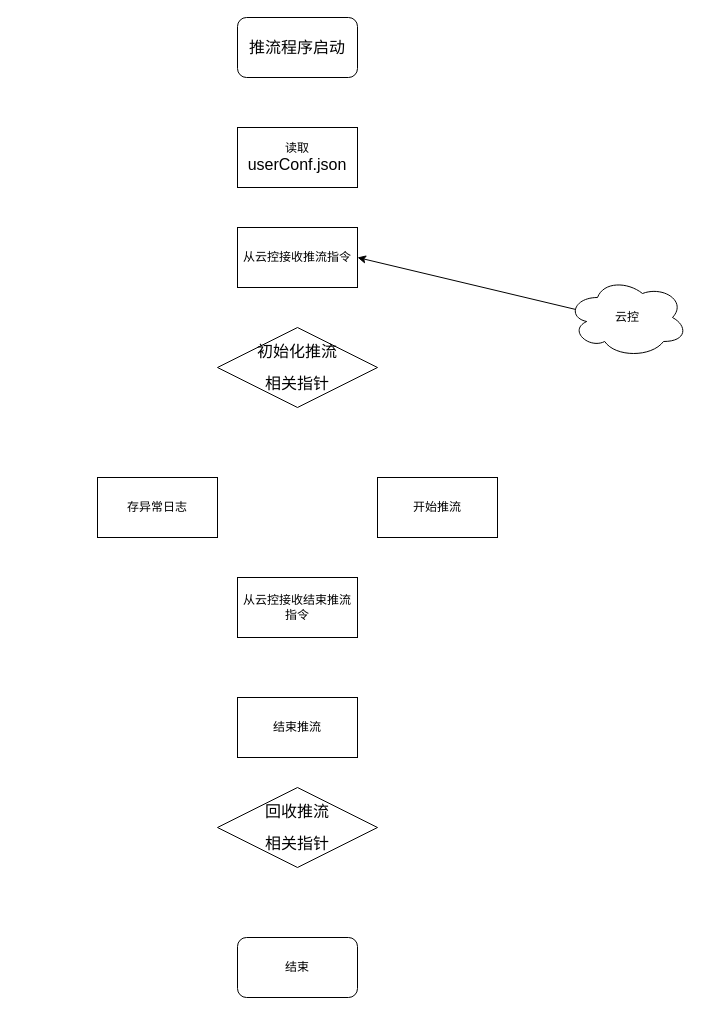
Earlier version of the draw.io diagram 推流系统框图与信号流图.drawio (xiaoleli/diagrams). Source tidied: cells renumbered, new cells numbered last; positions are measured from the earlier drawing's top-left corner, leaving out a move shared by most shapes. Both pictures are drawn from the tidied source at 100%, with x=0, y=0 at pixel (97, 17).
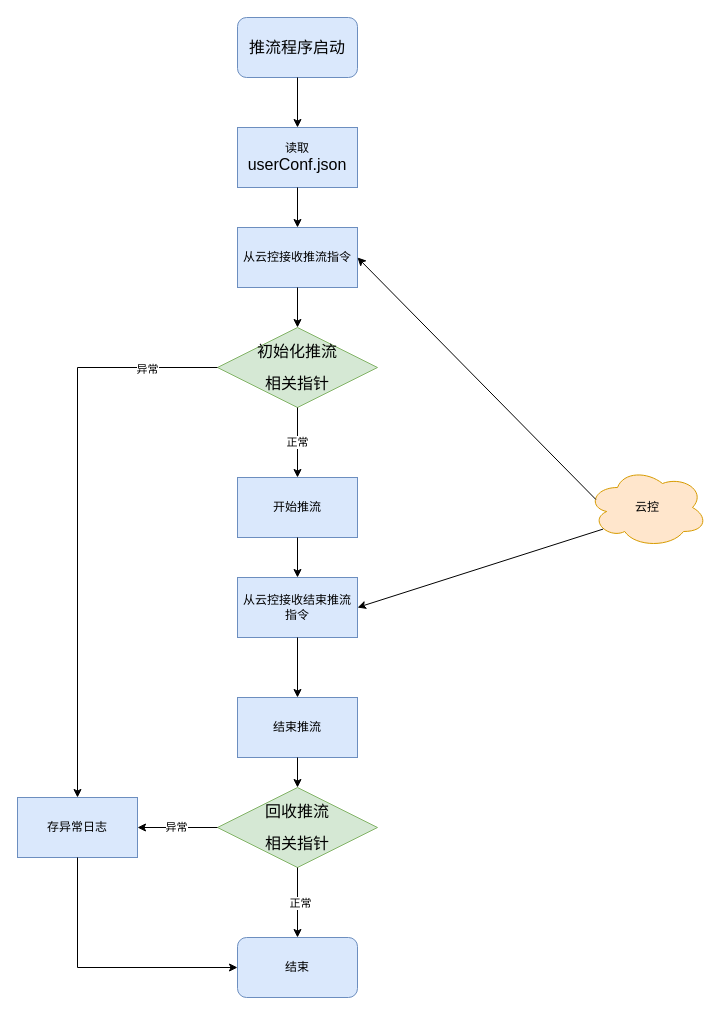
The same page after the edit.

Commit message (it also covers changes not shown here):
更新推流系统框图与信号流图.drawio

The edit, as a diff of the source:
```diff
@@
-    <mxCell id="2" value="&lt;p class=&quot;MsoNormal&quot;&gt;&lt;span style=&quot;mso-spacerun:'yes';font-family:仿宋;mso-ascii-font-family:等线;&lt;br/&gt;mso-hansi-font-family:等线;mso-bidi-font-family:'Times New Roman';font-size:12.0000pt;&lt;br/&gt;mso-font-kerning:1.0000pt;&quot;&gt;推流程序启动&lt;/span&gt;&lt;/p&gt;" style="rounded=1;whiteSpace=wrap;html=1;" parent="1" vertex="1">
+    <mxCell id="2" value="&lt;p class=&quot;MsoNormal&quot;&gt;&lt;span style=&quot;mso-spacerun:'yes';font-family:仿宋;mso-ascii-font-family:等线;&lt;br/&gt;mso-hansi-font-family:等线;mso-bidi-font-family:'Times New Roman';font-size:12.0000pt;&lt;br/&gt;mso-font-kerning:1.0000pt;&quot;&gt;推流程序启动&lt;/span&gt;&lt;/p&gt;" style="rounded=1;whiteSpace=wrap;html=1;fillColor=#dae8fc;strokeColor=#6c8ebf;" parent="1" vertex="1">
       <mxGeometry x="140" width="120" height="60" as="geometry" />
     </mxCell>
-    <mxCell id="3" value="读取&lt;span style=&quot;font-family: 等线; font-size: 12pt; background-color: initial;&quot;&gt;userConf.json&lt;/span&gt;" style="rounded=0;whiteSpace=wrap;html=1;" parent="1" vertex="1">
+    <mxCell id="3" value="读取&lt;span style=&quot;font-family: 等线; font-size: 12pt; background-color: initial;&quot;&gt;userConf.json&lt;/span&gt;" style="rounded=0;whiteSpace=wrap;html=1;fillColor=#dae8fc;strokeColor=#6c8ebf;" parent="1" vertex="1">
       <mxGeometry x="140" y="110" width="120" height="60" as="geometry" />
     </mxCell>
-    <mxCell id="4" value="从云控接收推流指令" style="rounded=0;whiteSpace=wrap;html=1;" parent="1" vertex="1">
+    <mxCell id="4" value="从云控接收推流指令" style="rounded=0;whiteSpace=wrap;html=1;fillColor=#dae8fc;strokeColor=#6c8ebf;" parent="1" vertex="1">
       <mxGeometry x="140" y="210" width="120" height="60" as="geometry" />
     </mxCell>
-    <mxCell id="5" value="云控" style="ellipse;shape=cloud;whiteSpace=wrap;html=1;" parent="1" vertex="1">
-      <mxGeometry x="470" y="260" width="120" height="80" as="geometry" />
+    <mxCell id="5" value="云控" style="ellipse;shape=cloud;whiteSpace=wrap;html=1;fillColor=#ffe6cc;strokeColor=#d79b00;" parent="1" vertex="1">
+      <mxGeometry x="490" y="450" width="120" height="80" as="geometry" />
     </mxCell>
@@
-    <mxCell id="7" value="&lt;p class=&quot;MsoNormal&quot;&gt;&lt;span style=&quot;mso-spacerun:'yes';font-family:仿宋;mso-ascii-font-family:等线;&lt;br/&gt;mso-hansi-font-family:等线;mso-bidi-font-family:'Times New Roman';font-size:12.0000pt;&lt;br/&gt;mso-font-kerning:1.0000pt;&quot;&gt;初始化推流&lt;/span&gt;&lt;/p&gt;&lt;p class=&quot;MsoNormal&quot;&gt;&lt;span style=&quot;mso-spacerun:'yes';font-family:仿宋;mso-ascii-font-family:等线;&lt;br/&gt;mso-hansi-font-family:等线;mso-bidi-font-family:'Times New Roman';font-size:12.0000pt;&lt;br/&gt;mso-font-kerning:1.0000pt;&quot;&gt;相&lt;/span&gt;&lt;span style=&quot;background-color: initial; font-family: 仿宋; font-size: 12pt;&quot;&gt;关&lt;/span&gt;&lt;span style=&quot;background-color: initial; font-family: 仿宋; font-size: 12pt;&quot;&gt;指针&lt;/span&gt;&lt;/p&gt;" style="rhombus;whiteSpace=wrap;html=1;" parent="1" vertex="1">
+    <mxCell id="7" value="&lt;p class=&quot;MsoNormal&quot;&gt;&lt;span style=&quot;mso-spacerun:'yes';font-family:仿宋;mso-ascii-font-family:等线;&lt;br/&gt;mso-hansi-font-family:等线;mso-bidi-font-family:'Times New Roman';font-size:12.0000pt;&lt;br/&gt;mso-font-kerning:1.0000pt;&quot;&gt;初始化推流&lt;/span&gt;&lt;/p&gt;&lt;p class=&quot;MsoNormal&quot;&gt;&lt;span style=&quot;mso-spacerun:'yes';font-family:仿宋;mso-ascii-font-family:等线;&lt;br/&gt;mso-hansi-font-family:等线;mso-bidi-font-family:'Times New Roman';font-size:12.0000pt;&lt;br/&gt;mso-font-kerning:1.0000pt;&quot;&gt;相&lt;/span&gt;&lt;span style=&quot;background-color: initial; font-family: 仿宋; font-size: 12pt;&quot;&gt;关&lt;/span&gt;&lt;span style=&quot;background-color: initial; font-family: 仿宋; font-size: 12pt;&quot;&gt;指针&lt;/span&gt;&lt;/p&gt;" style="rhombus;whiteSpace=wrap;html=1;fillColor=#d5e8d4;strokeColor=#82b366;" parent="1" vertex="1">
       <mxGeometry x="120" y="310" width="160" height="80" as="geometry" />
     </mxCell>
-    <mxCell id="8" value="开始推流" style="rounded=0;whiteSpace=wrap;html=1;" parent="1" vertex="1">
-      <mxGeometry x="280" y="460" width="120" height="60" as="geometry" />
+    <mxCell id="8" value="开始推流" style="rounded=0;whiteSpace=wrap;html=1;fillColor=#dae8fc;strokeColor=#6c8ebf;" parent="1" vertex="1">
+      <mxGeometry x="140" y="460" width="120" height="60" as="geometry" />
     </mxCell>
-    <mxCell id="9" value="存异常日志" style="rounded=0;whiteSpace=wrap;html=1;" parent="1" vertex="1">
-      <mxGeometry y="460" width="120" height="60" as="geometry" />
+    <mxCell id="9" value="存异常日志" style="rounded=0;whiteSpace=wrap;html=1;fillColor=#dae8fc;strokeColor=#6c8ebf;" parent="1" vertex="1">
+      <mxGeometry x="-80" y="780" width="120" height="60" as="geometry" />
     </mxCell>
-    <mxCell id="10" value="从云控接收结束推流指令" style="rounded=0;whiteSpace=wrap;html=1;" parent="1" vertex="1">
+    <mxCell id="10" value="从云控接收结束推流指令" style="rounded=0;whiteSpace=wrap;html=1;fillColor=#dae8fc;strokeColor=#6c8ebf;" parent="1" vertex="1">
       <mxGeometry x="140" y="560" width="120" height="60" as="geometry" />
     </mxCell>
-    <mxCell id="11" value="&lt;p class=&quot;MsoNormal&quot;&gt;&lt;span style=&quot;mso-spacerun:'yes';font-family:仿宋;mso-ascii-font-family:等线;&lt;br/&gt;mso-hansi-font-family:等线;mso-bidi-font-family:'Times New Roman';font-size:12.0000pt;&lt;br/&gt;mso-font-kerning:1.0000pt;&quot;&gt;回收推流&lt;/span&gt;&lt;/p&gt;&lt;p class=&quot;MsoNormal&quot;&gt;&lt;span style=&quot;mso-spacerun:'yes';font-family:仿宋;mso-ascii-font-family:等线;&lt;br/&gt;mso-hansi-font-family:等线;mso-bidi-font-family:'Times New Roman';font-size:12.0000pt;&lt;br/&gt;mso-font-kerning:1.0000pt;&quot;&gt;相&lt;/span&gt;&lt;span style=&quot;background-color: initial; font-family: 仿宋; font-size: 12pt;&quot;&gt;关&lt;/span&gt;&lt;span style=&quot;background-color: initial; font-family: 仿宋; font-size: 12pt;&quot;&gt;指针&lt;/span&gt;&lt;/p&gt;" style="rhombus;whiteSpace=wrap;html=1;" parent="1" vertex="1">
+    <mxCell id="11" value="&lt;p class=&quot;MsoNormal&quot;&gt;&lt;span style=&quot;mso-spacerun:'yes';font-family:仿宋;mso-ascii-font-family:等线;&lt;br/&gt;mso-hansi-font-family:等线;mso-bidi-font-family:'Times New Roman';font-size:12.0000pt;&lt;br/&gt;mso-font-kerning:1.0000pt;&quot;&gt;回收推流&lt;/span&gt;&lt;/p&gt;&lt;p class=&quot;MsoNormal&quot;&gt;&lt;span style=&quot;mso-spacerun:'yes';font-family:仿宋;mso-ascii-font-family:等线;&lt;br/&gt;mso-hansi-font-family:等线;mso-bidi-font-family:'Times New Roman';font-size:12.0000pt;&lt;br/&gt;mso-font-kerning:1.0000pt;&quot;&gt;相&lt;/span&gt;&lt;span style=&quot;background-color: initial; font-family: 仿宋; font-size: 12pt;&quot;&gt;关&lt;/span&gt;&lt;span style=&quot;background-color: initial; font-family: 仿宋; font-size: 12pt;&quot;&gt;指针&lt;/span&gt;&lt;/p&gt;" style="rhombus;whiteSpace=wrap;html=1;fillColor=#d5e8d4;strokeColor=#82b366;" parent="1" vertex="1">
       <mxGeometry x="120" y="770" width="160" height="80" as="geometry" />
     </mxCell>
-    <mxCell id="12" value="结束推流" style="rounded=0;whiteSpace=wrap;html=1;" parent="1" vertex="1">
+    <mxCell id="12" value="结束推流" style="rounded=0;whiteSpace=wrap;html=1;fillColor=#dae8fc;strokeColor=#6c8ebf;" parent="1" vertex="1">
       <mxGeometry x="140" y="680" width="120" height="60" as="geometry" />
     </mxCell>
-    <mxCell id="13" value="结束" style="rounded=1;whiteSpace=wrap;html=1;" parent="1" vertex="1">
+    <mxCell id="13" value="结束" style="rounded=1;whiteSpace=wrap;html=1;fillColor=#dae8fc;strokeColor=#6c8ebf;" parent="1" vertex="1">
       <mxGeometry x="140" y="920" width="120" height="60" as="geometry" />
     </mxCell>
+    <mxCell id="14" style="endArrow=classic;html=1;rounded=0;exitX=0.5;exitY=1;exitDx=0;exitDy=0;" parent="1" edge="1" source="2" target="3">
+      <mxGeometry relative="1" as="geometry" />
+    </mxCell>
+    <mxCell id="15" style="endArrow=classic;html=1;rounded=0;exitX=0.5;exitY=1;exitDx=0;exitDy=0;" parent="1" edge="1" source="3" target="4">
+      <mxGeometry relative="1" as="geometry" />
+    </mxCell>
+    <mxCell id="16" style="endArrow=classic;html=1;rounded=0;exitX=0.5;exitY=1;exitDx=0;exitDy=0;entryX=0.5;entryY=0;entryDx=0;entryDy=0;" parent="1" edge="1" source="4" target="7">
+      <mxGeometry relative="1" as="geometry" />
+    </mxCell>
+    <mxCell id="17" style="endArrow=classic;html=1;rounded=0;exitX=0.5;exitY=1;exitDx=0;exitDy=0;entryX=0.5;entryY=0;entryDx=0;entryDy=0;" parent="1" edge="1" source="7" target="8">
+      <mxGeometry relative="1" as="geometry" />
+    </mxCell>
+    <mxCell id="18" value="正常" style="edgeLabel;html=1;align=center;verticalAlign=middle;" parent="17" vertex="1">
+      <mxGeometry x="-0.03" y="-1" relative="1" as="geometry" />
+    </mxCell>
+    <mxCell id="19" style="endArrow=classic;html=1;rounded=0;exitX=0;exitY=0.5;exitDx=0;exitDy=0;entryX=0.5;entryY=0;entryDx=0;entryDy=0;" parent="1" edge="1" source="7" target="9">
+      <mxGeometry relative="1" as="geometry">
+        <Array as="points">
+          <mxPoint x="-20" y="350" />
+        </Array>
+      </mxGeometry>
+    </mxCell>
+    <mxCell id="20" value="异常" style="edgeLabel;html=1;align=center;verticalAlign=middle;" parent="19" vertex="1">
+      <mxGeometry x="-0.75" y="1" relative="1" as="geometry" />
+    </mxCell>
+    <mxCell id="21" style="endArrow=classic;html=1;rounded=0;exitX=0.5;exitY=1;exitDx=0;exitDy=0;" parent="1" edge="1" source="8" target="10">
+      <mxGeometry relative="1" as="geometry" />
+    </mxCell>
+    <mxCell id="22" style="endArrow=classic;html=1;rounded=0;exitX=0.13;exitY=0.77;exitDx=0;exitDy=0;exitPerimeter=0;entryX=1;entryY=0.5;entryDx=0;entryDy=0;" parent="1" edge="1" source="5" target="10">
+      <mxGeometry relative="1" as="geometry" />
+    </mxCell>
+    <mxCell id="23" style="endArrow=classic;html=1;rounded=0;exitX=0.5;exitY=1;exitDx=0;exitDy=0;entryX=0.5;entryY=0;entryDx=0;entryDy=0;" parent="1" edge="1" source="10" target="12">
+      <mxGeometry relative="1" as="geometry" />
+    </mxCell>
+    <mxCell id="24" style="endArrow=classic;html=1;rounded=0;exitX=0.5;exitY=1;exitDx=0;exitDy=0;entryX=0.5;entryY=0;entryDx=0;entryDy=0;" parent="1" edge="1" source="12" target="11">
+      <mxGeometry relative="1" as="geometry" />
+    </mxCell>
+    <mxCell id="25" style="endArrow=classic;html=1;rounded=0;exitX=0.5;exitY=1;exitDx=0;exitDy=0;entryX=0.5;entryY=0;entryDx=0;entryDy=0;" parent="1" edge="1" source="11" target="13">
+      <mxGeometry relative="1" as="geometry" />
+    </mxCell>
+    <mxCell id="26" value="正常" style="edgeLabel;html=1;align=center;verticalAlign=middle;" parent="25" vertex="1">
+      <mxGeometry y="2" relative="1" as="geometry" />
+    </mxCell>
+    <mxCell id="27" style="endArrow=classic;html=1;rounded=0;exitX=0.5;exitY=1;exitDx=0;exitDy=0;entryX=0;entryY=0.5;entryDx=0;entryDy=0;" parent="1" edge="1" source="9" target="13">
+      <mxGeometry relative="1" as="geometry">
+        <Array as="points">
+          <mxPoint x="-20" y="950" />
+        </Array>
+      </mxGeometry>
+    </mxCell>
+    <mxCell id="28" style="endArrow=classic;html=1;rounded=0;exitX=0;exitY=0.5;exitDx=0;exitDy=0;entryX=1;entryY=0.5;entryDx=0;entryDy=0;" parent="1" edge="1" source="11" target="9">
+      <mxGeometry relative="1" as="geometry" />
+    </mxCell>
+    <mxCell id="29" value="异常" style="edgeLabel;html=1;align=center;verticalAlign=middle;" parent="28" vertex="1">
+      <mxGeometry x="0.06" y="-1" relative="1" as="geometry" />
+    </mxCell>
```
